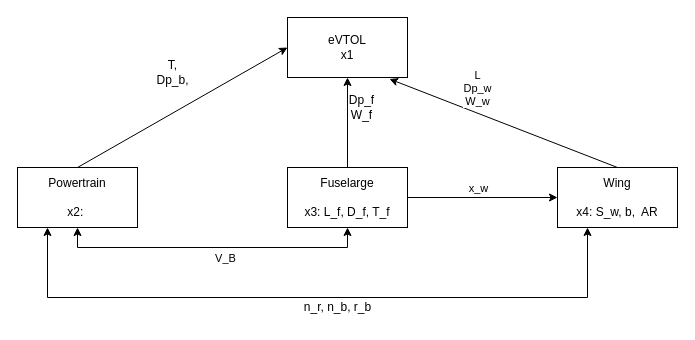
Before: FlowChart.drawio in SNI22/MECH-559-Fall2022, a draw.io diagram. Source tidied: cells renumbered, new cells numbered last; positions are measured from the earlier drawing's top-left corner, leaving out a move shared by most shapes. Both pictures are drawn from the tidied source at 100%, with x=0, y=0 at pixel (17, 17).
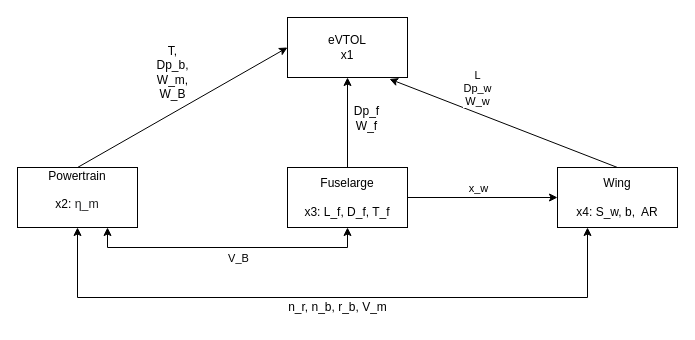
The same diagram, later.

Unchanged cells that the change refers to:
```xml
<mxCell id="3" value="Wing&lt;br&gt;&lt;br&gt;x4: S_w, b,&amp;nbsp; AR" style="rounded=0;whiteSpace=wrap;html=1;fillColor=none;" parent="1" vertex="1">
  <mxGeometry x="540" y="150" width="120" height="60" as="geometry" />
</mxCell>
<mxCell id="6" value="Fuselarge&lt;br&gt;&lt;br&gt;x3: L_f, D_f, T_f&lt;span style=&quot;color: rgb(32, 33, 34); font-family: sans-serif; font-size: 12.32px; text-align: left;&quot;&gt;&lt;br&gt;&lt;/span&gt;" style="rounded=0;whiteSpace=wrap;html=1;fillColor=none;" parent="1" vertex="1">
  <mxGeometry x="270" y="150" width="120" height="60" as="geometry" />
</mxCell>
```

What changed in the source:
```diff
@@
-    <mxCell id="4" value="Powertrain&lt;br&gt;&lt;br&gt;x2:&amp;nbsp;" style="rounded=0;whiteSpace=wrap;html=1;fillColor=none;" parent="1" vertex="1">
+    <mxCell id="4" value="Powertrain&lt;br&gt;&lt;br&gt;x2:&amp;nbsp;&lt;span style=&quot;color: rgb(32, 33, 34); font-family: sans-serif; font-size: 12.32px; text-align: left;&quot;&gt;η_m&lt;/span&gt;&lt;br&gt;&amp;nbsp;" style="rounded=0;whiteSpace=wrap;html=1;fillColor=none;" parent="1" vertex="1">
       <mxGeometry y="150" width="120" height="60" as="geometry" />
     </mxCell>
@@
     <mxCell id="9" value="Dp_f&lt;br&gt;W_f" style="text;html=1;align=center;verticalAlign=middle;strokeColor=none;fillColor=none;" parent="1" vertex="1">
-      <mxGeometry x="319" y="70" width="50" height="40" as="geometry" />
+      <mxGeometry x="324" y="81" width="50" height="40" as="geometry" />
     </mxCell>
@@
-    <mxCell id="12" style="endArrow=classic;startArrow=classic;html=1;rounded=0;exitX=0.5;exitY=1;exitDx=0;exitDy=0;entryX=0.5;entryY=1;entryDx=0;entryDy=0;" parent="1" edge="1" source="4" target="6">
+    <mxCell id="12" style="endArrow=classic;startArrow=classic;html=1;rounded=0;exitX=0.75;exitY=1;exitDx=0;exitDy=0;entryX=0.5;entryY=1;entryDx=0;entryDy=0;" parent="1" edge="1" source="4" target="6">
       <mxGeometry relative="1" as="geometry">
         <Array as="points">
-          <mxPoint x="60" y="230" />
+          <mxPoint x="90" y="230" />
           <mxPoint x="330" y="230" />
         </Array>
       </mxGeometry>
     </mxCell>
@@
-    <mxCell id="14" style="endArrow=classic;startArrow=classic;html=1;rounded=0;exitX=0.25;exitY=1;exitDx=0;exitDy=0;entryX=0.25;entryY=1;entryDx=0;entryDy=0;" parent="1" edge="1" source="4" target="3">
+    <mxCell id="14" style="endArrow=classic;startArrow=classic;html=1;rounded=0;exitX=0.5;exitY=1;exitDx=0;exitDy=0;entryX=0.25;entryY=1;entryDx=0;entryDy=0;" parent="1" edge="1" source="4" target="3">
       <mxGeometry relative="1" as="geometry">
         <Array as="points">
-          <mxPoint x="30" y="280" />
+          <mxPoint x="60" y="280" />
           <mxPoint x="570" y="280" />
         </Array>
       </mxGeometry>
     </mxCell>
-    <mxCell id="15" value="n_r, n_b, r_b" style="text;html=1;align=center;verticalAlign=middle;strokeColor=none;fillColor=none;" parent="1" vertex="1">
-      <mxGeometry x="275" y="275" width="90" height="30" as="geometry" />
+    <mxCell id="15" value="n_r, n_b, r_b, V_m" style="text;html=1;align=center;verticalAlign=middle;strokeColor=none;fillColor=none;" parent="1" vertex="1">
+      <mxGeometry x="260" y="275" width="120" height="30" as="geometry" />
     </mxCell>
@@
-    <mxCell id="17" value="T,&lt;br&gt;Dp_b," style="text;html=1;align=center;verticalAlign=middle;strokeColor=none;fillColor=none;" parent="1" vertex="1">
-      <mxGeometry x="125" y="35" width="60" height="40" as="geometry" />
+    <mxCell id="17" value="T,&lt;br&gt;Dp_b,&lt;br&gt;W_m,&lt;br&gt;W_B" style="text;html=1;align=center;verticalAlign=middle;strokeColor=none;fillColor=none;" parent="1" vertex="1">
+      <mxGeometry x="125" y="20" width="60" height="70" as="geometry" />
     </mxCell>
```
